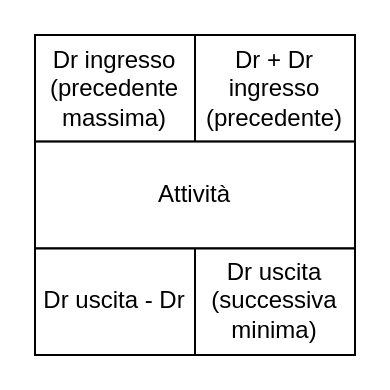
arco2121/Diagrammi_GPOI keeps this draw.io diagram as Template FlowChart.drawio. Above is the earlier version. Source tidied: cells renumbered, new cells numbered last; positions are measured from the earlier drawing's top-left corner, leaving out a move shared by most shapes. Both pictures are drawn from the tidied source at 200%, with x=0, y=0 at pixel (34, 34).
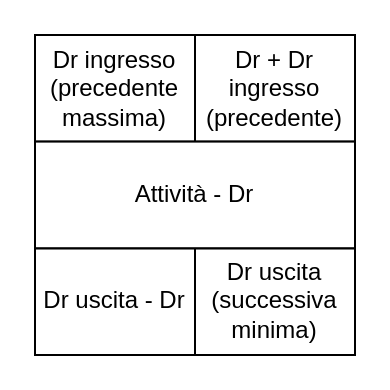
The same page after the edit.

What changed in the source:
```diff
@@
 <mxGraphModel>
   <root>
     <mxCell id="0" />
     <mxCell id="1" parent="0" />
     <mxCell id="2" style="group;" parent="1" vertex="1">
       <mxGeometry width="160" height="160" as="geometry" />
     </mxCell>
     <mxCell id="3" value="Dr uscita - Dr" style="rounded=0;whiteSpace=wrap;html=1;" parent="2" vertex="1">
       <mxGeometry y="106.7" width="80" height="53.3" as="geometry" />
     </mxCell>
     <mxCell id="4" value="Dr uscita (successiva minima)" style="rounded=0;whiteSpace=wrap;html=1;" parent="2" vertex="1">
       <mxGeometry x="80" y="106.7" width="80" height="53.3" as="geometry" />
     </mxCell>
     <mxCell id="5" value="Dr ingresso (precedente massima&lt;span style=&quot;background-color: transparent; color: light-dark(rgb(0, 0, 0), rgb(255, 255, 255));&quot;&gt;)&lt;/span&gt;" style="rounded=0;whiteSpace=wrap;html=1;" parent="2" vertex="1">
       <mxGeometry width="80" height="53.3" as="geometry" />
     </mxCell>
     <mxCell id="6" value="Dr + Dr ingresso (precedente)" style="rounded=0;whiteSpace=wrap;html=1;" parent="2" vertex="1">
       <mxGeometry x="80" width="80" height="53.3" as="geometry" />
     </mxCell>
-    <mxCell id="7" value="Attività" style="rounded=0;whiteSpace=wrap;html=1;" parent="2" vertex="1">
+    <mxCell id="7" value="Attività - Dr" style="rounded=0;whiteSpace=wrap;html=1;" parent="2" vertex="1">
       <mxGeometry y="53.3" width="160" height="53.3" as="geometry" />
     </mxCell>
   </root>
 </mxGraphModel>
```
